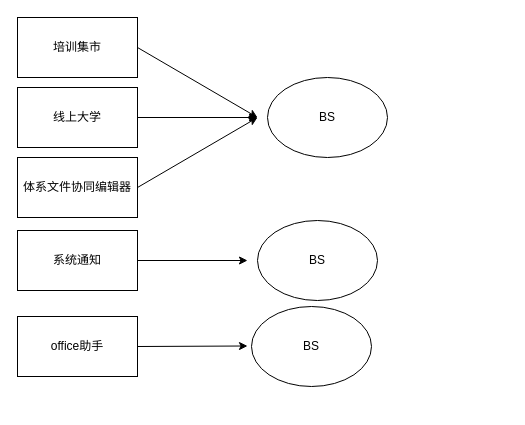
Before: 1.drawio in luomoweilan/bookmark, a draw.io diagram. Source tidied: cells renumbered, new cells numbered last; positions are measured from the earlier drawing's top-left corner, leaving out a move shared by most shapes. Both pictures are drawn from the tidied source at 100%, with x=0, y=0 at pixel (17, 17).
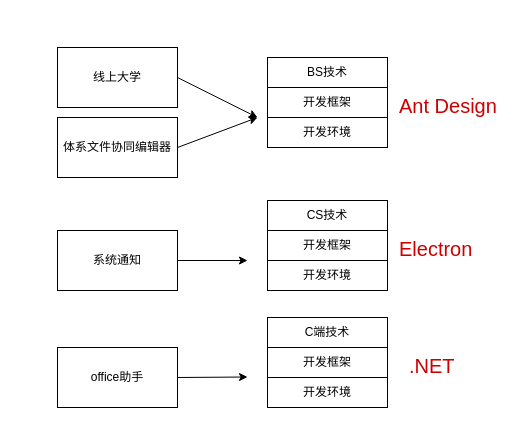
The same diagram, later.

Diff of the diagram source:
```diff
@@
     <mxCell id="2" value="线上大学" style="rounded=0;whiteSpace=wrap;html=1;" parent="1" vertex="1">
-      <mxGeometry y="70" width="120" height="60" as="geometry" />
+      <mxGeometry x="40" y="30" width="120" height="60" as="geometry" />
     </mxCell>
     <mxCell id="3" value="体系文件协同编辑器" style="rounded=0;whiteSpace=wrap;html=1;" parent="1" vertex="1">
-      <mxGeometry y="140" width="120" height="60" as="geometry" />
+      <mxGeometry x="40" y="100" width="120" height="60" as="geometry" />
     </mxCell>
     <mxCell id="4" value="系统通知" style="rounded=0;whiteSpace=wrap;html=1;" parent="1" vertex="1">
-      <mxGeometry y="213" width="120" height="60" as="geometry" />
+      <mxGeometry x="40" y="213" width="120" height="60" as="geometry" />
     </mxCell>
     <mxCell id="5" value="office助手" style="rounded=0;whiteSpace=wrap;html=1;" parent="1" vertex="1">
-      <mxGeometry y="299" width="120" height="60" as="geometry" />
+      <mxGeometry x="40" y="330" width="120" height="60" as="geometry" />
     </mxCell>
-    <mxCell id="6" style="endArrow=classic;html=1;" parent="1" edge="1">
+    <mxCell id="6" style="endArrow=classic;html=1;exitX=1;exitY=0.5;exitDx=0;exitDy=0;" parent="1" edge="1" source="2">
       <mxGeometry relative="1" as="geometry">
-        <mxPoint x="120" y="100" as="sourcePoint" />
         <mxPoint x="240" y="100" as="targetPoint" />
       </mxGeometry>
     </mxCell>
@@
     <mxCell id="9" style="endArrow=classic;html=1;exitX=1;exitY=0.5;exitDx=0;exitDy=0;" parent="1" edge="1" source="5">
       <mxGeometry relative="1" as="geometry">
-        <mxPoint x="230" y="328.5" as="targetPoint" />
+        <mxPoint x="230" y="359.5" as="targetPoint" />
       </mxGeometry>
     </mxCell>
-    <mxCell id="10" value="培训集市" style="rounded=0;whiteSpace=wrap;html=1;" parent="1" vertex="1">
-      <mxGeometry width="120" height="60" as="geometry" />
-    </mxCell>
-    <mxCell id="11" style="endArrow=classic;html=1;" parent="1" edge="1">
-      <mxGeometry relative="1" as="geometry">
-        <mxPoint x="120" y="30" as="sourcePoint" />
-        <mxPoint x="240" y="100" as="targetPoint" />
-      </mxGeometry>
-    </mxCell>
-    <mxCell id="12" value="BS" style="ellipse;whiteSpace=wrap;html=1;" parent="1" vertex="1">
-      <mxGeometry x="250" y="60" width="120" height="80" as="geometry" />
-    </mxCell>
-    <mxCell id="13" value="BS" style="ellipse;whiteSpace=wrap;html=1;" parent="1" vertex="1">
-      <mxGeometry x="240" y="203" width="120" height="80" as="geometry" />
-    </mxCell>
-    <mxCell id="14" value="BS" style="ellipse;whiteSpace=wrap;html=1;" parent="1" vertex="1">
-      <mxGeometry x="234" y="289" width="120" height="80" as="geometry" />
-    </mxCell>
+    <mxCell id="15" value="开发环境" style="rounded=0;whiteSpace=wrap;html=1;" parent="1" vertex="1">
+      <mxGeometry x="250" y="100" width="120" height="30" as="geometry" />
+    </mxCell>
+    <mxCell id="16" value="开发框架" style="rounded=0;whiteSpace=wrap;html=1;" parent="1" vertex="1">
+      <mxGeometry x="250" y="70" width="120" height="30" as="geometry" />
+    </mxCell>
+    <mxCell id="17" value="开发环境" style="rounded=0;whiteSpace=wrap;html=1;" parent="1" vertex="1">
+      <mxGeometry x="250" y="243" width="120" height="30" as="geometry" />
+    </mxCell>
+    <mxCell id="18" value="开发框架" style="rounded=0;whiteSpace=wrap;html=1;" parent="1" vertex="1">
+      <mxGeometry x="250" y="213" width="120" height="30" as="geometry" />
+    </mxCell>
+    <mxCell id="19" value="开发环境" style="rounded=0;whiteSpace=wrap;html=1;" parent="1" vertex="1">
+      <mxGeometry x="250" y="360" width="120" height="30" as="geometry" />
+    </mxCell>
+    <mxCell id="20" value="开发框架" style="rounded=0;whiteSpace=wrap;html=1;" parent="1" vertex="1">
+      <mxGeometry x="250" y="330" width="120" height="30" as="geometry" />
+    </mxCell>
+    <mxCell id="21" value="BS技术" style="rounded=0;whiteSpace=wrap;html=1;" parent="1" vertex="1">
+      <mxGeometry x="250" y="40" width="120" height="30" as="geometry" />
+    </mxCell>
+    <mxCell id="22" value="CS技术" style="rounded=0;whiteSpace=wrap;html=1;" parent="1" vertex="1">
+      <mxGeometry x="250" y="183" width="120" height="30" as="geometry" />
+    </mxCell>
+    <mxCell id="23" value="C端技术" style="rounded=0;whiteSpace=wrap;html=1;" parent="1" vertex="1">
+      <mxGeometry x="250" y="300" width="120" height="30" as="geometry" />
+    </mxCell>
+    <mxCell id="24" value="&lt;a target=&quot;_blank&quot; href=&quot;https://www.electronjs.org/&quot; style=&quot;color: rgb(0, 27, 160); text-decoration: none; font-family: &amp;quot;microsoft yahei&amp;quot;, arial, helvetica, sans-serif; font-size: 20px; font-style: normal; font-weight: 400; letter-spacing: normal; text-align: left; text-indent: 0px; text-transform: none; word-spacing: 0px; background-color: rgb(255, 255, 255);&quot;&gt;&lt;strong style=&quot;font-weight: normal ; color: rgb(204 , 0 , 0)&quot;&gt;Electron&lt;/strong&gt;&lt;/a&gt;" style="text;whiteSpace=wrap;html=1;" parent="1" vertex="1">
+      <mxGeometry x="380" y="213" width="100" height="30" as="geometry" />
+    </mxCell>
+    <mxCell id="25" value="&lt;strong style=&quot;color: rgb(204 , 0 , 0) ; text-decoration: none ; font-family: &amp;#34;microsoft yahei&amp;#34; , &amp;#34;arial&amp;#34; , &amp;#34;helvetica&amp;#34; , sans-serif ; font-size: 20px ; font-style: normal ; font-weight: normal ; letter-spacing: normal ; text-align: left ; text-indent: 0px ; text-transform: none ; word-spacing: 0px ; background-color: rgb(255 , 255 , 255)&quot;&gt;Ant Design&lt;/strong&gt;" style="text;whiteSpace=wrap;html=1;" parent="1" vertex="1">
+      <mxGeometry x="380" y="70" width="110" height="30" as="geometry" />
+    </mxCell>
+    <mxCell id="26" value="&lt;strong style=&quot;color: rgb(204 , 0 , 0) ; text-decoration: none ; font-family: &amp;#34;microsoft yahei&amp;#34; , &amp;#34;arial&amp;#34; , &amp;#34;helvetica&amp;#34; , sans-serif ; font-size: 20px ; font-style: normal ; font-weight: normal ; letter-spacing: normal ; text-align: left ; text-indent: 0px ; text-transform: none ; word-spacing: 0px ; background-color: rgb(255 , 255 , 255)&quot;&gt;.NET&lt;/strong&gt;" style="text;whiteSpace=wrap;html=1;" parent="1" vertex="1">
+      <mxGeometry x="390" y="330" width="100" height="30" as="geometry" />
+    </mxCell>
```
